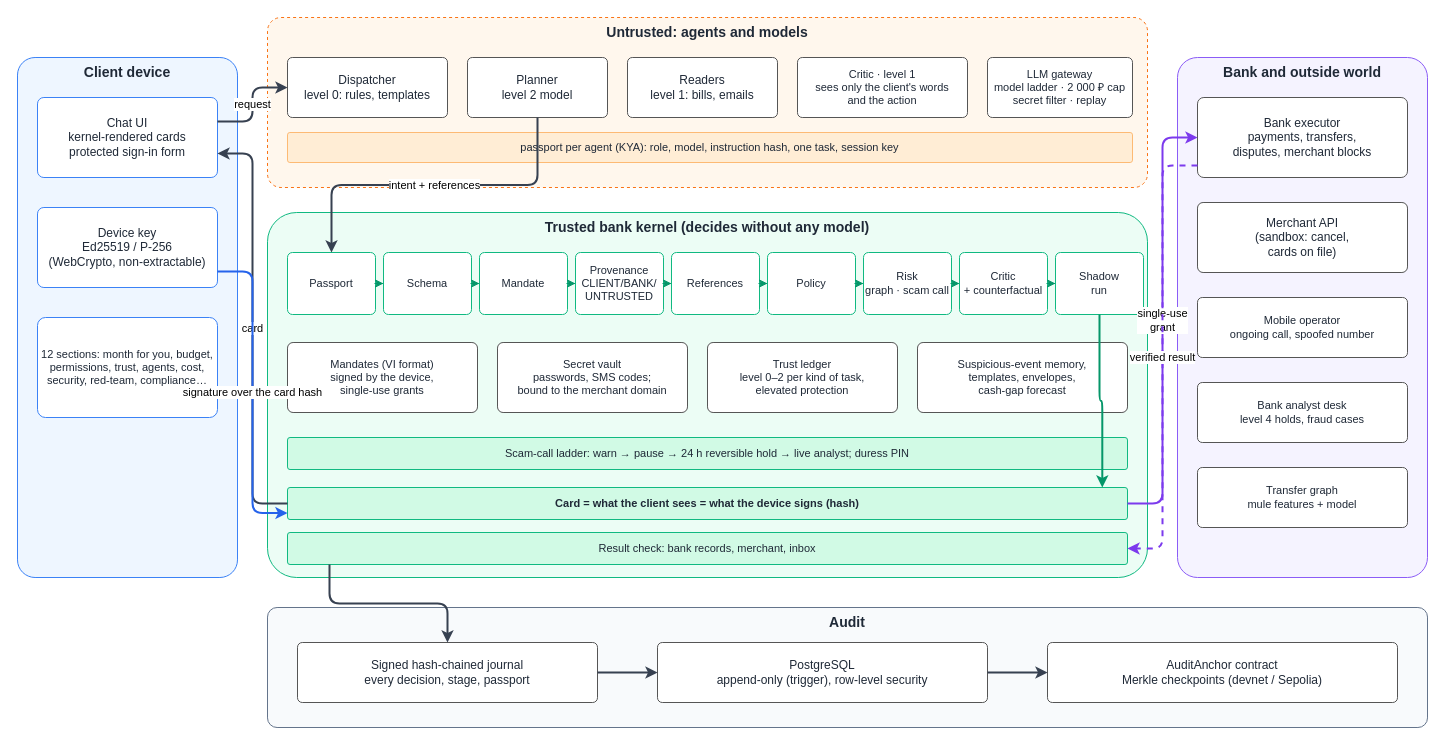
Above: docs/diagrams/architecture.drawio in yourfavoriteself/ShenzhenFinTechathonTopicA (draw.io), before the change. Source tidied: cells renumbered, new cells numbered last; positions are measured from the earlier drawing's top-left corner, leaving out a move shared by most shapes. Both pictures are drawn from the tidied source at 100%, with x=0, y=0 at pixel (17, 17).
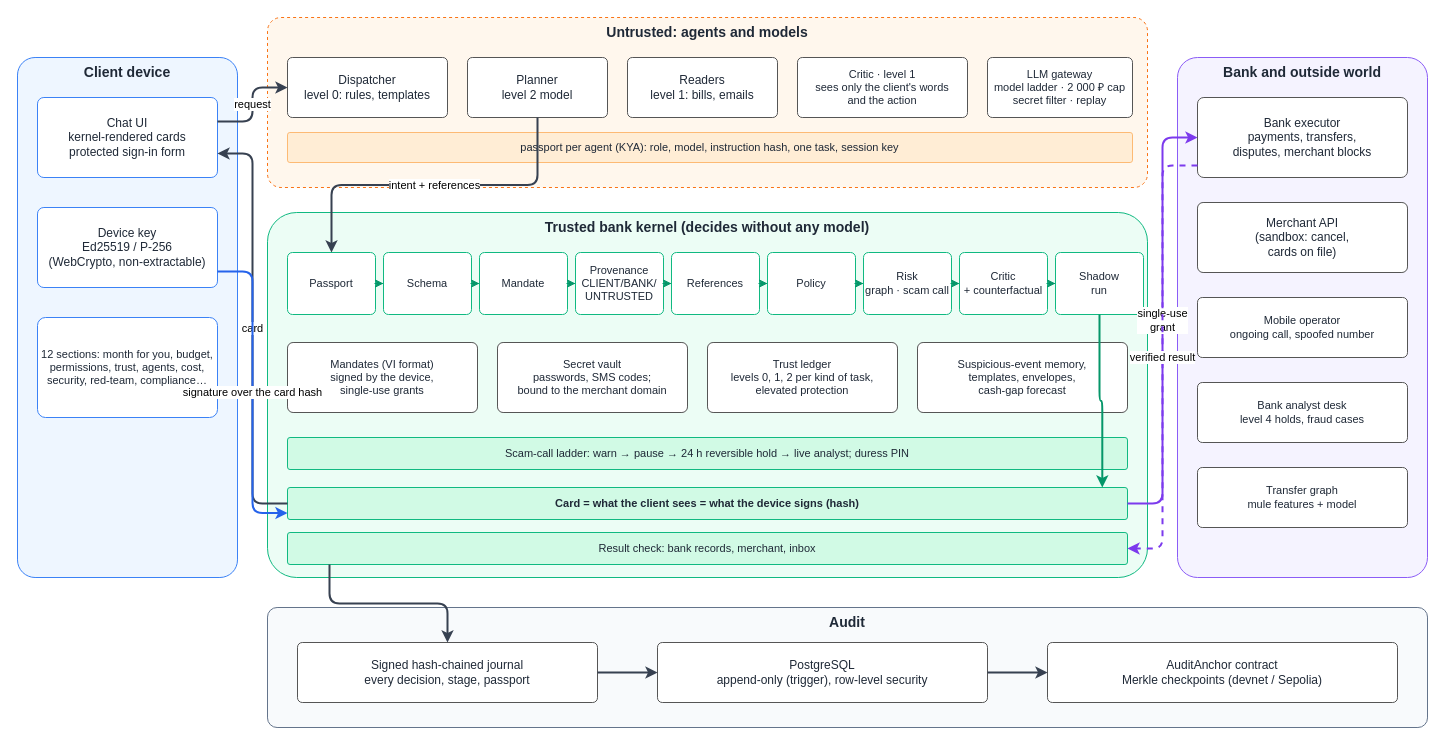
Above is the later version.

The edit, as a diff of the source:
```diff
@@
-    <mxCell id="35" value="Trust ledger&lt;br&gt;level 0–2 per kind of task,&lt;br&gt;elevated protection" style="rounded=1;whiteSpace=wrap;html=1;fillColor=#ffffff;strokeColor=#555555;fontSize=11;verticalAlign=middle;dashed=0;fontColor=#1f2937;arcSize=8;" parent="1" vertex="1">
+    <mxCell id="35" value="Trust ledger&lt;br&gt;levels 0, 1, 2 per kind of task,&lt;br&gt;elevated protection" style="rounded=1;whiteSpace=wrap;html=1;fillColor=#ffffff;strokeColor=#555555;fontSize=11;verticalAlign=middle;dashed=0;fontColor=#1f2937;arcSize=8;" parent="1" vertex="1">
       <mxGeometry x="690" y="325" width="190" height="70" as="geometry" />
     </mxCell>
```
